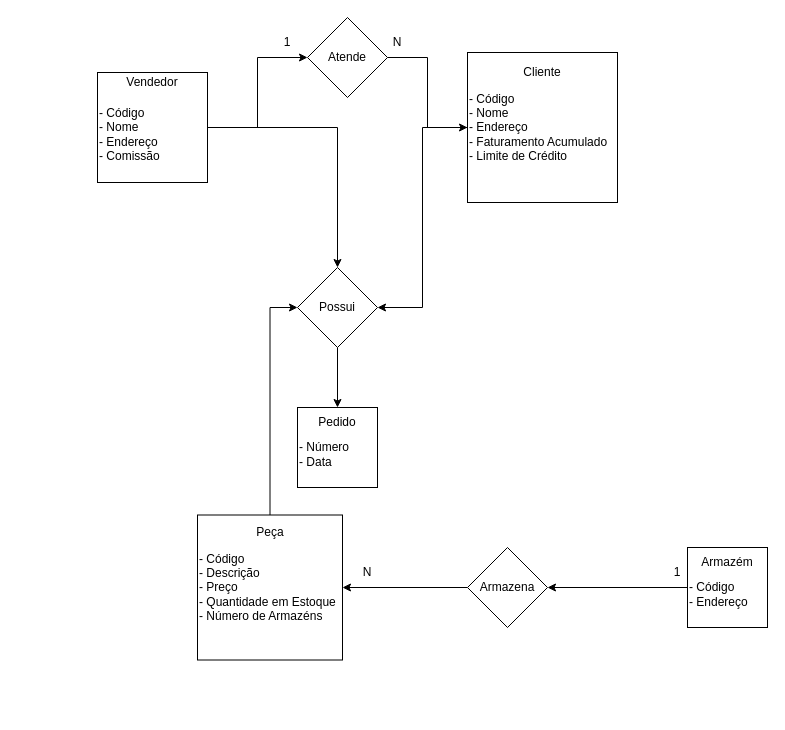
Above: Loja de Vendas.drawio in Dandiels/Diagramas-de-Banco-de-Dados (draw.io), before the change. Source tidied: cells renumbered, new cells numbered last; positions are measured from the earlier drawing's top-left corner, leaving out a move shared by most shapes. Both pictures are drawn from the tidied source at 100%, with x=0, y=0 at pixel (97, 17).
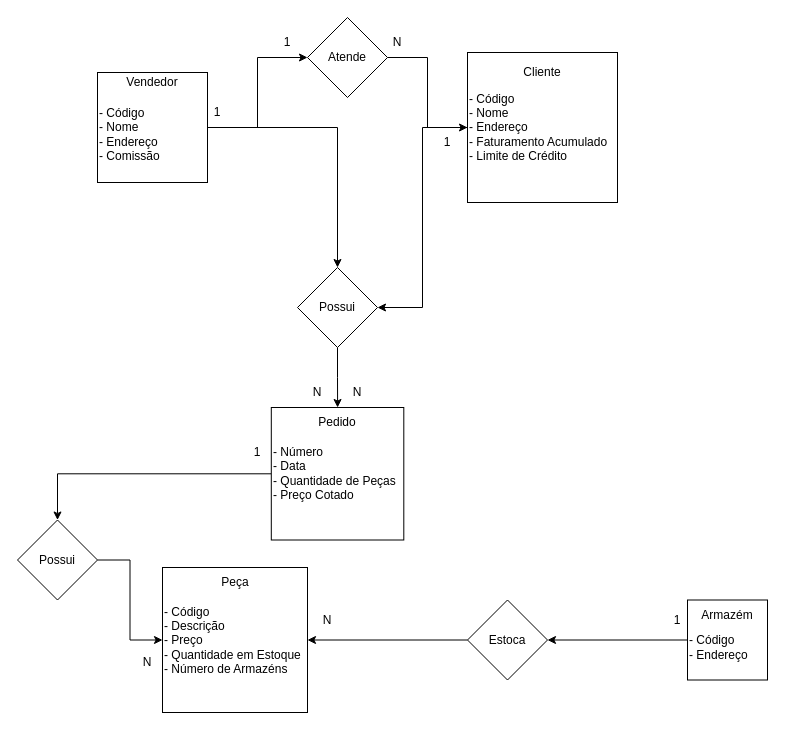
The same page after the edit.

The change refers to these unchanged cells:
```xml
<mxCell id="26" value="Possui" style="rhombus;whiteSpace=wrap;html=1;" parent="1" vertex="1">
  <mxGeometry x="200" y="250" width="80" height="80" as="geometry" />
</mxCell>
```

What changed in the source:
```diff
@@
-    <mxCell id="13" style="edgeStyle=orthogonalEdgeStyle;rounded=0;jettySize=auto;html=1;entryX=0;entryY=0.5;entryDx=0;entryDy=0;" parent="1" edge="1" source="14" target="26">
-      <mxGeometry relative="1" as="geometry" />
-    </mxCell>
     <mxCell id="14" value="- Código&lt;br&gt;- Descrição&lt;br&gt;- Preço&lt;br&gt;- Quantidade em Estoque&lt;br&gt;- Número de Armazéns" style="whiteSpace=wrap;html=1;align=left;" parent="1" vertex="1">
-      <mxGeometry x="100" y="497.5" width="145" height="145" as="geometry" />
+      <mxGeometry x="65" y="550" width="145" height="145" as="geometry" />
     </mxCell>
     <mxCell id="15" value="Peça" style="text;html=1;strokeColor=none;fillColor=none;align=center;verticalAlign=middle;whiteSpace=wrap;rounded=0;" parent="1" vertex="1">
-      <mxGeometry x="142.5" y="500" width="60" height="30" as="geometry" />
+      <mxGeometry x="107.5" y="550" width="60" height="30" as="geometry" />
     </mxCell>
@@
     <mxCell id="17" value="&lt;br&gt;- Código&lt;br&gt;- Endereço" style="whiteSpace=wrap;html=1;align=left;" parent="1" vertex="1">
-      <mxGeometry x="590" y="530" width="80" height="80" as="geometry" />
+      <mxGeometry x="590" y="582.5" width="80" height="80" as="geometry" />
     </mxCell>
     <mxCell id="18" value="Armazém" style="text;html=1;strokeColor=none;fillColor=none;align=center;verticalAlign=middle;whiteSpace=wrap;rounded=0;" parent="1" vertex="1">
-      <mxGeometry x="600" y="530" width="60" height="30" as="geometry" />
+      <mxGeometry x="600" y="582.5" width="60" height="30" as="geometry" />
     </mxCell>
@@
-    <mxCell id="20" value="Armazena" style="rhombus;whiteSpace=wrap;html=1;" parent="1" vertex="1">
-      <mxGeometry x="370" y="530" width="80" height="80" as="geometry" />
+    <mxCell id="20" value="Estoca" style="rhombus;whiteSpace=wrap;html=1;" parent="1" vertex="1">
+      <mxGeometry x="370" y="582.5" width="80" height="80" as="geometry" />
     </mxCell>
     <mxCell id="21" value="N" style="text;html=1;strokeColor=none;fillColor=none;align=center;verticalAlign=middle;whiteSpace=wrap;rounded=0;" parent="1" vertex="1">
-      <mxGeometry x="240" y="540" width="60" height="30" as="geometry" />
+      <mxGeometry x="200" y="587.5" width="60" height="30" as="geometry" />
     </mxCell>
     <mxCell id="22" value="1" style="text;html=1;strokeColor=none;fillColor=none;align=center;verticalAlign=middle;whiteSpace=wrap;rounded=0;" parent="1" vertex="1">
-      <mxGeometry x="550" y="540" width="60" height="30" as="geometry" />
+      <mxGeometry x="550" y="587.5" width="60" height="30" as="geometry" />
     </mxCell>
+    <mxCell id="27" style="edgeStyle=orthogonalEdgeStyle;rounded=0;jettySize=auto;html=1;entryX=0.5;entryY=0;entryDx=0;entryDy=0;" parent="1" edge="1" source="23" target="35">
+      <mxGeometry relative="1" as="geometry" />
+    </mxCell>
-    <mxCell id="23" value="&lt;br&gt;- Número&lt;br&gt;- Data" style="whiteSpace=wrap;html=1;align=left;" parent="1" vertex="1">
-      <mxGeometry x="200" y="390" width="80" height="80" as="geometry" />
+    <mxCell id="23" value="- Número&lt;br&gt;- Data&lt;br&gt;- Quantidade de Peças&lt;br&gt;- Preço Cotado" style="whiteSpace=wrap;html=1;align=left;" parent="1" vertex="1">
+      <mxGeometry x="173.8" y="390" width="132.5" height="132.5" as="geometry" />
     </mxCell>
@@
+    <mxCell id="28" value="1" style="text;html=1;strokeColor=none;fillColor=none;align=center;verticalAlign=middle;whiteSpace=wrap;rounded=0;" parent="1" vertex="1">
+      <mxGeometry x="90" y="80" width="60" height="30" as="geometry" />
+    </mxCell>
+    <mxCell id="29" value="N" style="text;html=1;strokeColor=none;fillColor=none;align=center;verticalAlign=middle;whiteSpace=wrap;rounded=0;" parent="1" vertex="1">
+      <mxGeometry x="190" y="360" width="60" height="30" as="geometry" />
+    </mxCell>
+    <mxCell id="30" value="N" style="text;html=1;strokeColor=none;fillColor=none;align=center;verticalAlign=middle;whiteSpace=wrap;rounded=0;" parent="1" vertex="1">
+      <mxGeometry x="230" y="360" width="60" height="30" as="geometry" />
+    </mxCell>
+    <mxCell id="31" value="1" style="text;html=1;strokeColor=none;fillColor=none;align=center;verticalAlign=middle;whiteSpace=wrap;rounded=0;" parent="1" vertex="1">
+      <mxGeometry x="130" y="420" width="60" height="30" as="geometry" />
+    </mxCell>
+    <mxCell id="32" value="1" style="text;html=1;strokeColor=none;fillColor=none;align=center;verticalAlign=middle;whiteSpace=wrap;rounded=0;" parent="1" vertex="1">
+      <mxGeometry x="320" y="110" width="60" height="30" as="geometry" />
+    </mxCell>
+    <mxCell id="33" value="N" style="text;html=1;strokeColor=none;fillColor=none;align=center;verticalAlign=middle;whiteSpace=wrap;rounded=0;" parent="1" vertex="1">
+      <mxGeometry x="20" y="630" width="60" height="30" as="geometry" />
+    </mxCell>
+    <mxCell id="34" style="edgeStyle=orthogonalEdgeStyle;rounded=0;jettySize=auto;html=1;entryX=0;entryY=0.5;entryDx=0;entryDy=0;" parent="1" edge="1" source="35" target="14">
+      <mxGeometry relative="1" as="geometry" />
+    </mxCell>
+    <mxCell id="35" value="Possui" style="rhombus;whiteSpace=wrap;html=1;" parent="1" vertex="1">
+      <mxGeometry x="-80" y="502.5" width="80" height="80" as="geometry" />
+    </mxCell>
```
